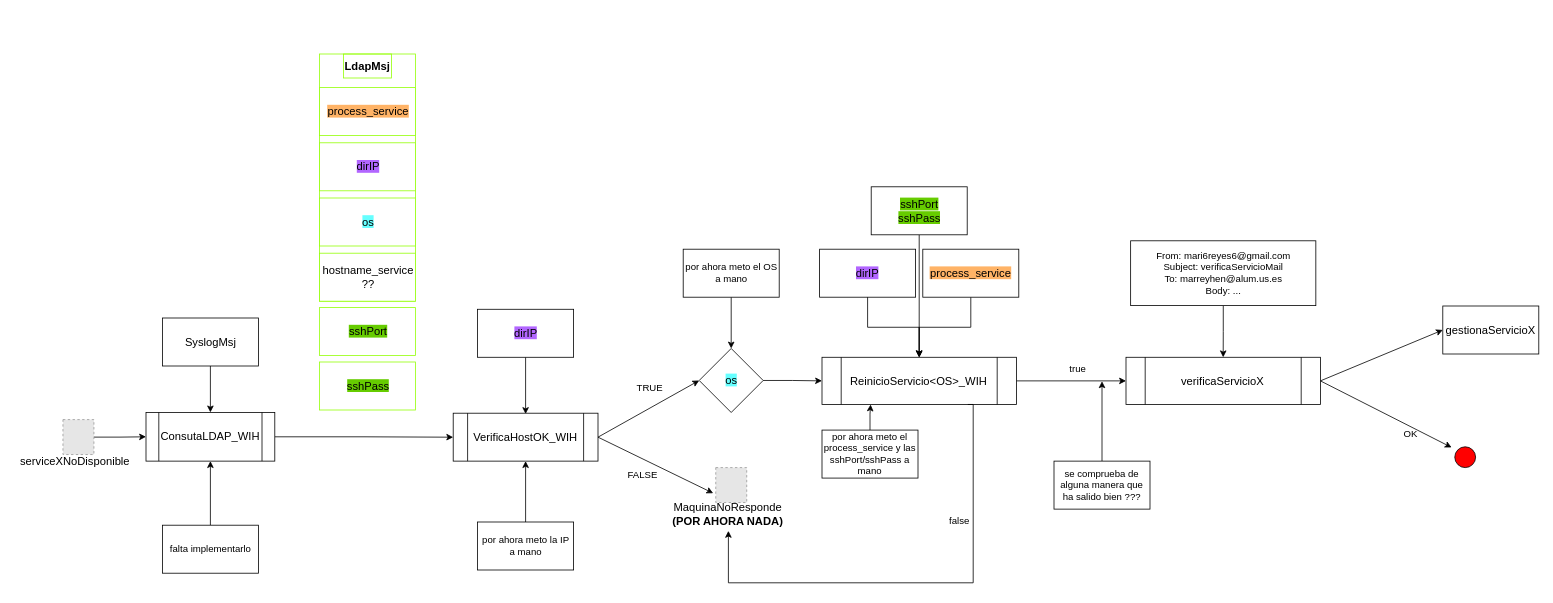
Earlier version of the draw.io diagram page "serviceXNoDisponible" (2 of 3) of esquemaProcesos.drawio (MarianaReyesH/gestionRed). Source tidied: cells renumbered, new cells numbered last; positions are measured from the earlier drawing's top-left corner, leaving out a move shared by most shapes. Both pictures are drawn from the tidied source at 80%, with x=0, y=0 at pixel (14, 54). Pictures stored in the file or linked from it are replaced by grey dashed boxes.
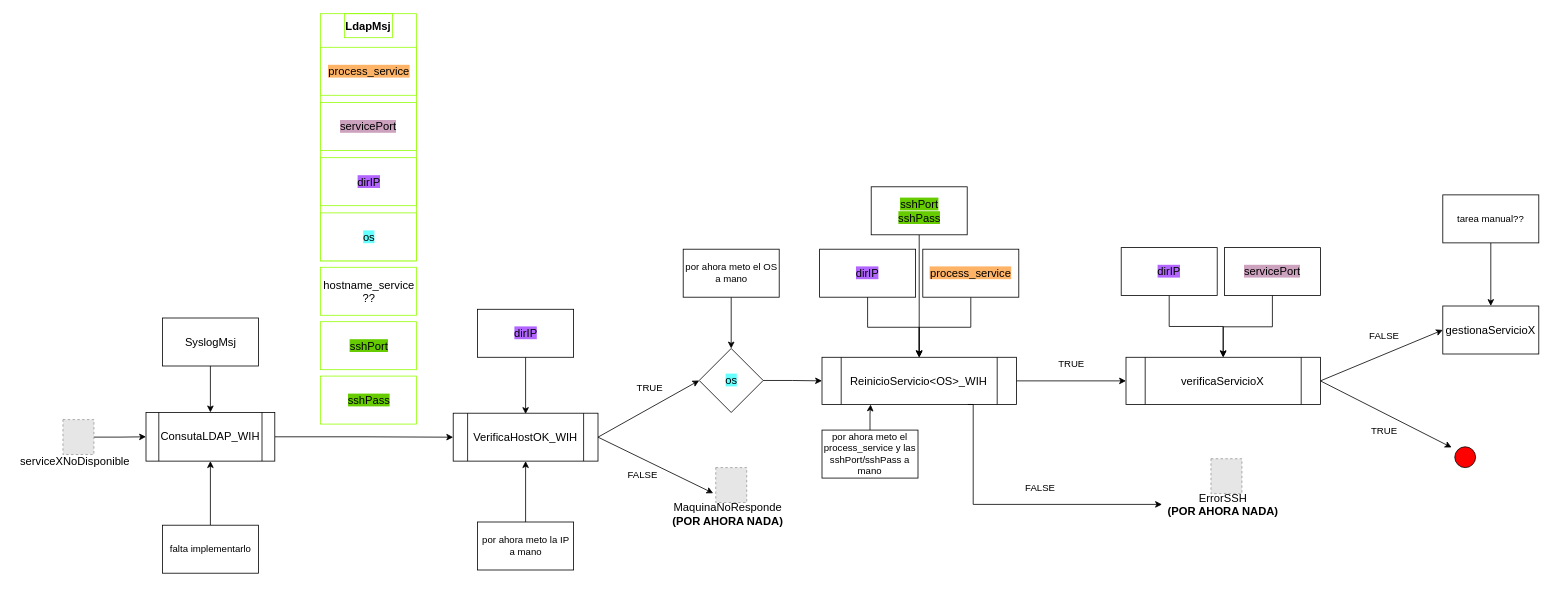
Above is the later version.

Unchanged cells that the change refers to:
```xml
<mxCell id="5" value="&lt;span style=&quot;font-size: 14px;&quot;&gt;MaquinaNoResponde&lt;/span&gt;&lt;div&gt;&lt;span style=&quot;font-size: 14px;&quot;&gt;&lt;b&gt;(POR AHORA NADA)&lt;/b&gt;&lt;/span&gt;&lt;/div&gt;" style="text;html=1;align=center;verticalAlign=middle;whiteSpace=wrap;rounded=0;" parent="1" vertex="1">
  <mxGeometry x="816" y="553" width="153" height="43.1" as="geometry" />
</mxCell>
<mxCell id="13" value="&lt;font style=&quot;font-size: 14px;&quot;&gt;gestionaServicioX&lt;/font&gt;" style="rounded=0;whiteSpace=wrap;html=1;" parent="1" vertex="1">
  <mxGeometry x="1786" y="315" width="120" height="60" as="geometry" />
</mxCell>
<mxCell id="25" value="&lt;font style=&quot;font-size: 14px;&quot;&gt;ReinicioServicio&amp;lt;OS&amp;gt;_WIH&lt;/font&gt;" style="shape=process;whiteSpace=wrap;html=1;backgroundOutline=1;" parent="1" vertex="1">
  <mxGeometry x="1010" y="379.1" width="243" height="59" as="geometry" />
</mxCell>
<mxCell id="50" value="&lt;span style=&quot;font-size: 14px;&quot;&gt;verificaServicioX&lt;/span&gt;" style="shape=process;whiteSpace=wrap;html=1;backgroundOutline=1;" parent="1" vertex="1">
  <mxGeometry x="1390" y="379.1" width="243" height="59" as="geometry" />
</mxCell>
```

Diff of the diagram source:
```diff
@@
-    <mxCell id="12" value="OK" style="text;html=1;align=center;verticalAlign=middle;whiteSpace=wrap;rounded=0;" parent="1" vertex="1">
-      <mxGeometry x="1716" y="460" width="60" height="30" as="geometry" />
-    </mxCell>
@@
     <mxCell id="39" style="group;" parent="1" vertex="1">
-      <mxGeometry x="382" width="120" height="377" as="geometry" />
+      <mxGeometry x="383" y="-50.4" width="120" height="377" as="geometry" />
     </mxCell>
@@
-    <mxCell id="42" value="&lt;div style=&quot;padding: 0px 0px 0px 2px;&quot;&gt;&lt;div style=&quot;&quot;&gt;&lt;p style=&quot;margin: 0px;&quot;&gt;&lt;font style=&quot;font-size: 14px; background-color: rgb(178, 102, 255);&quot;&gt;dirIP&lt;/font&gt;&lt;/p&gt;&lt;/div&gt;&lt;/div&gt;" style="rounded=0;whiteSpace=wrap;html=1;strokeColor=#94FF08;" parent="39" vertex="1">
+    <mxCell id="42" value="&lt;font style=&quot;font-size: 14px; background-color: rgb(205, 162, 190);&quot;&gt;servicePort&lt;/font&gt;" style="rounded=0;whiteSpace=wrap;html=1;strokeColor=#94FF08;" parent="39" vertex="1">
       <mxGeometry y="111" width="120" height="60" as="geometry" />
     </mxCell>
-    <mxCell id="43" value="&lt;div style=&quot;padding: 0px 0px 0px 2px;&quot;&gt;&lt;div style=&quot;&quot;&gt;&lt;p style=&quot;margin: 0px;&quot;&gt;&lt;font style=&quot;font-size: 14px; background-color: rgb(102, 255, 255);&quot;&gt;os&lt;/font&gt;&lt;/p&gt;&lt;/div&gt;&lt;/div&gt;" style="rounded=0;whiteSpace=wrap;html=1;strokeColor=#94FF08;fillColor=#FFFFFF;" parent="39" vertex="1">
+    <mxCell id="43" value="&lt;div style=&quot;padding: 0px 0px 0px 2px;&quot;&gt;&lt;div style=&quot;&quot;&gt;&lt;p style=&quot;margin: 0px;&quot;&gt;&lt;span style=&quot;font-size: 14px; background-color: rgb(178, 102, 255);&quot;&gt;dirIP&lt;/span&gt;&lt;br&gt;&lt;/p&gt;&lt;/div&gt;&lt;/div&gt;" style="rounded=0;whiteSpace=wrap;html=1;strokeColor=#94FF08;fillColor=#FFFFFF;" parent="39" vertex="1">
       <mxGeometry y="180" width="120" height="60" as="geometry" />
     </mxCell>
@@
-    <mxCell id="45" value="&lt;div style=&quot;padding: 0px 0px 0px 2px;&quot;&gt;&lt;div style=&quot;&quot;&gt;&lt;p style=&quot;margin: 0px;&quot;&gt;&lt;font style=&quot;font-size: 14px;&quot;&gt;hostname_service&lt;/font&gt;&lt;/p&gt;&lt;p style=&quot;margin: 0px;&quot;&gt;&lt;font style=&quot;font-size: 14px;&quot;&gt;??&lt;/font&gt;&lt;/p&gt;&lt;/div&gt;&lt;/div&gt;" style="rounded=0;whiteSpace=wrap;html=1;strokeColor=#94FF08;" parent="39" vertex="1">
+    <mxCell id="45" value="&lt;div style=&quot;padding: 0px 0px 0px 2px;&quot;&gt;&lt;div style=&quot;&quot;&gt;&lt;p style=&quot;margin: 0px;&quot;&gt;&lt;span style=&quot;font-size: 14px; background-color: rgb(102, 255, 255);&quot;&gt;os&lt;/span&gt;&lt;br&gt;&lt;/p&gt;&lt;/div&gt;&lt;/div&gt;" style="rounded=0;whiteSpace=wrap;html=1;strokeColor=#94FF08;" parent="39" vertex="1">
       <mxGeometry y="249" width="120" height="60" as="geometry" />
     </mxCell>
-    <mxCell id="46" value="&lt;div style=&quot;padding: 0px 0px 0px 2px;&quot;&gt;&lt;div style=&quot;&quot;&gt;&lt;p style=&quot;margin: 0px;&quot;&gt;&lt;span style=&quot;font-size: 14px; background-color: rgb(102, 204, 0);&quot;&gt;sshPort&lt;/span&gt;&lt;/p&gt;&lt;/div&gt;&lt;/div&gt;" style="rounded=0;whiteSpace=wrap;html=1;strokeColor=#94FF08;" parent="39" vertex="1">
+    <mxCell id="46" value="&lt;div style=&quot;padding: 0px 0px 0px 2px;&quot;&gt;&lt;div style=&quot;&quot;&gt;&lt;p style=&quot;margin: 0px;&quot;&gt;&lt;font style=&quot;font-size: 14px;&quot;&gt;hostname_service&lt;/font&gt;&lt;/p&gt;&lt;p style=&quot;margin: 0px;&quot;&gt;&lt;font style=&quot;font-size: 14px;&quot;&gt;??&lt;/font&gt;&lt;/p&gt;&lt;/div&gt;&lt;/div&gt;" style="rounded=0;whiteSpace=wrap;html=1;strokeColor=#94FF08;" parent="39" vertex="1">
       <mxGeometry y="317" width="120" height="60" as="geometry" />
     </mxCell>
@@
-    <mxCell id="49" value="&lt;div style=&quot;padding: 0px 0px 0px 2px;&quot;&gt;&lt;div style=&quot;&quot;&gt;&lt;p style=&quot;margin: 0px;&quot;&gt;&lt;span style=&quot;font-size: 14px; background-color: rgb(102, 204, 0);&quot;&gt;sshPass&lt;/span&gt;&lt;/p&gt;&lt;/div&gt;&lt;/div&gt;" style="rounded=0;whiteSpace=wrap;html=1;strokeColor=#94FF08;" parent="1" vertex="1">
-      <mxGeometry x="382" y="385" width="120" height="60" as="geometry" />
+    <mxCell id="49" value="&lt;div style=&quot;padding: 0px 0px 0px 2px;&quot;&gt;&lt;div style=&quot;&quot;&gt;&lt;p style=&quot;margin: 0px;&quot;&gt;&lt;span style=&quot;font-size: 14px; background-color: rgb(102, 204, 0);&quot;&gt;sshPort&lt;/span&gt;&lt;br&gt;&lt;/p&gt;&lt;/div&gt;&lt;/div&gt;" style="rounded=0;whiteSpace=wrap;html=1;strokeColor=#94FF08;" parent="1" vertex="1">
+      <mxGeometry x="383" y="334.6" width="120" height="60" as="geometry" />
     </mxCell>
@@
-    <mxCell id="51" style="edgeStyle=orthogonalEdgeStyle;rounded=0;jettySize=auto;html=1;entryX=1;entryY=1;entryDx=0;entryDy=0;" parent="1" edge="1" source="52" target="55">
-      <mxGeometry relative="1" as="geometry" />
-    </mxCell>
-    <mxCell id="52" value="&lt;font style=&quot;font-size: 12px;&quot;&gt;se comprueba de alguna manera que ha salido bien ???&lt;/font&gt;" style="rounded=0;whiteSpace=wrap;html=1;" parent="1" vertex="1">
-      <mxGeometry x="1300" y="508.9" width="120" height="60" as="geometry" />
-    </mxCell>
-    <mxCell id="53" style="edgeStyle=orthogonalEdgeStyle;rounded=0;jettySize=auto;html=1;entryX=0.5;entryY=0;entryDx=0;entryDy=0;" parent="1" edge="1" source="54" target="50">
-      <mxGeometry relative="1" as="geometry" />
-    </mxCell>
-    <mxCell id="54" value="&lt;font style=&quot;font-size: 12px;&quot;&gt;From: mari6reyes6@gmail.com&lt;/font&gt;&lt;div&gt;Subject: verificaServicioMail&lt;/div&gt;&lt;div&gt;To: marreyhen@alum.us.es&lt;/div&gt;&lt;div&gt;Body: ...&lt;/div&gt;" style="rounded=0;whiteSpace=wrap;html=1;" parent="1" vertex="1">
-      <mxGeometry x="1395.8" y="233.5" width="231.5" height="81" as="geometry" />
-    </mxCell>
-    <mxCell id="55" value="true" style="text;html=1;align=center;verticalAlign=middle;whiteSpace=wrap;rounded=0;" parent="1" vertex="1">
-      <mxGeometry x="1300" y="379.1" width="60" height="30" as="geometry" />
-    </mxCell>
-    <mxCell id="56" style="edgeStyle=orthogonalEdgeStyle;rounded=0;jettySize=auto;html=1;exitX=0.75;exitY=1;exitDx=0;exitDy=0;" parent="1" edge="1" source="25" target="5">
+    <mxCell id="56" style="edgeStyle=orthogonalEdgeStyle;rounded=0;jettySize=auto;html=1;exitX=0.75;exitY=1;exitDx=0;exitDy=0;" parent="1" edge="1" source="25" target="66">
       <mxGeometry relative="1" as="geometry">
         <Array as="points">
           <mxPoint x="1199" y="438" />
-          <mxPoint x="1199" y="661" />
-          <mxPoint x="893" y="661" />
+          <mxPoint x="1199" y="563" />
         </Array>
       </mxGeometry>
     </mxCell>
-    <mxCell id="57" value="false" style="text;html=1;align=center;verticalAlign=middle;whiteSpace=wrap;rounded=0;" parent="1" vertex="1">
-      <mxGeometry x="1152" y="568.9" width="60" height="30" as="geometry" />
-    </mxCell>
+    <mxCell id="58" style="edgeStyle=orthogonalEdgeStyle;rounded=0;jettySize=auto;html=1;" parent="1" edge="1" source="59" target="13">
+      <mxGeometry relative="1" as="geometry" />
+    </mxCell>
+    <mxCell id="59" value="&lt;font style=&quot;font-size: 12px;&quot;&gt;tarea manual??&lt;/font&gt;" style="rounded=0;whiteSpace=wrap;html=1;" parent="1" vertex="1">
+      <mxGeometry x="1786" y="176.1" width="120" height="60" as="geometry" />
+    </mxCell>
+    <mxCell id="60" style="edgeStyle=orthogonalEdgeStyle;rounded=0;jettySize=auto;html=1;exitX=0.5;exitY=1;exitDx=0;exitDy=0;" parent="1" edge="1" source="62" target="50">
+      <mxGeometry relative="1" as="geometry" />
+    </mxCell>
+    <mxCell id="61" value="&lt;span style=&quot;font-size: 14px; background-color: rgb(205, 162, 190);&quot;&gt;servicePort&lt;/span&gt;" style="rounded=0;whiteSpace=wrap;html=1;" parent="1" vertex="1">
+      <mxGeometry x="1513" y="242" width="120" height="60" as="geometry" />
+    </mxCell>
+    <mxCell id="62" value="&lt;span style=&quot;font-size: 14px; background-color: rgb(178, 102, 255);&quot;&gt;dirIP&lt;/span&gt;" style="rounded=0;whiteSpace=wrap;html=1;" parent="1" vertex="1">
+      <mxGeometry x="1384" y="242" width="120" height="60" as="geometry" />
+    </mxCell>
+    <mxCell id="63" style="edgeStyle=orthogonalEdgeStyle;rounded=0;jettySize=auto;html=1;exitX=0.5;exitY=1;exitDx=0;exitDy=0;entryX=0.5;entryY=0;entryDx=0;entryDy=0;" parent="1" edge="1" source="61" target="50">
+      <mxGeometry relative="1" as="geometry">
+        <Array as="points">
+          <mxPoint x="1573" y="341" />
+          <mxPoint x="1512" y="341" />
+          <mxPoint x="1512" y="379" />
+        </Array>
+      </mxGeometry>
+    </mxCell>
+    <mxCell id="64" value="FALSE" style="text;html=1;align=center;verticalAlign=middle;whiteSpace=wrap;rounded=0;" parent="1" vertex="1">
+      <mxGeometry x="1253" y="528" width="60" height="30" as="geometry" />
+    </mxCell>
+    <mxCell id="65" style="fillColor=#E6E6E6;strokeColor=#999999;dashed=1;verticalLabelPosition=bottom;labelBackgroundColor=default;verticalAlign=top;" parent="1" vertex="1">
+      <mxGeometry x="1496.2" y="505.9" width="38.7" height="43.7" as="geometry" />
+    </mxCell>
+    <mxCell id="66" value="&lt;span style=&quot;font-size: 14px;&quot;&gt;ErrorSSH&lt;/span&gt;&lt;div&gt;&lt;span style=&quot;font-size: 14px;&quot;&gt;&lt;b&gt;(POR AHORA NADA)&lt;/b&gt;&lt;/span&gt;&lt;/div&gt;" style="text;html=1;align=center;verticalAlign=middle;whiteSpace=wrap;rounded=0;" parent="1" vertex="1">
+      <mxGeometry x="1435" y="541.9" width="153" height="43.1" as="geometry" />
+    </mxCell>
+    <mxCell id="67" value="TRUE" style="text;html=1;align=center;verticalAlign=middle;whiteSpace=wrap;rounded=0;" parent="1" vertex="1">
+      <mxGeometry x="1292" y="373" width="60" height="30" as="geometry" />
+    </mxCell>
+    <mxCell id="68" value="&lt;div style=&quot;padding: 0px 0px 0px 2px;&quot;&gt;&lt;div style=&quot;&quot;&gt;&lt;p style=&quot;margin: 0px;&quot;&gt;&lt;span style=&quot;font-size: 14px; background-color: rgb(102, 204, 0);&quot;&gt;sshPass&lt;/span&gt;&lt;/p&gt;&lt;/div&gt;&lt;/div&gt;" style="rounded=0;whiteSpace=wrap;html=1;strokeColor=#94FF08;" parent="1" vertex="1">
+      <mxGeometry x="383" y="402.6" width="120" height="60" as="geometry" />
+    </mxCell>
+    <mxCell id="69" value="TRUE" style="text;html=1;align=center;verticalAlign=middle;whiteSpace=wrap;rounded=0;" parent="1" vertex="1">
+      <mxGeometry x="1683" y="457" width="60" height="30" as="geometry" />
+    </mxCell>
+    <mxCell id="70" value="FALSE" style="text;html=1;align=center;verticalAlign=middle;whiteSpace=wrap;rounded=0;" parent="1" vertex="1">
+      <mxGeometry x="1683" y="338.1" width="60" height="30" as="geometry" />
+    </mxCell>
```
